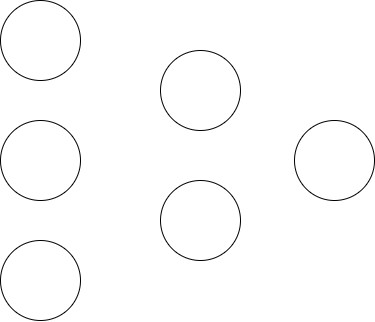
Above: example.drawio.png in CXianRen/MyNN (draw.io), before the change. Source tidied: cells renumbered, new cells last; positions are measured from the earlier drawing's top-left corner, leaving out a move shared by most shapes.
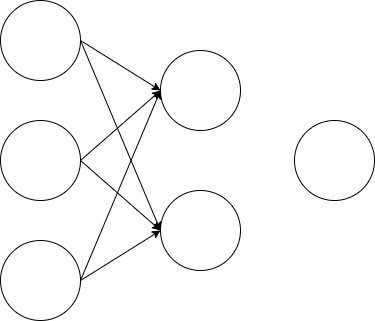
The same file after the commit.

Change to the diagram source:
```diff
@@ -15,10 +15,40 @@
       <mxGeometry x="160" y="50" width="80" height="80" as="geometry" />
     </mxCell>
     <mxCell id="6" style="ellipse;whiteSpace=wrap;html=1;" parent="1" vertex="1">
-      <mxGeometry x="160" y="180" width="80" height="80" as="geometry" />
+      <mxGeometry x="160" y="190" width="80" height="80" as="geometry" />
     </mxCell>
     <mxCell id="7" style="ellipse;whiteSpace=wrap;html=1;" parent="1" vertex="1">
       <mxGeometry x="294" y="120" width="80" height="80" as="geometry" />
     </mxCell>
+    <mxCell id="8" style="endArrow=classic;html=1;rounded=0;exitX=1;exitY=0.5;exitDx=0;exitDy=0;entryX=0;entryY=0.5;entryDx=0;entryDy=0;" parent="1" edge="1" source="2" target="5">
+      <mxGeometry relative="1" as="geometry" />
+    </mxCell>
+    <mxCell id="9" style="endArrow=classic;html=1;rounded=0;exitX=1;exitY=0.5;exitDx=0;exitDy=0;entryX=0;entryY=0.5;entryDx=0;entryDy=0;" parent="1" edge="1" target="5">
+      <mxGeometry relative="1" as="geometry">
+        <mxPoint x="80" y="160" as="sourcePoint" />
+      </mxGeometry>
+    </mxCell>
+    <mxCell id="10" style="endArrow=classic;html=1;rounded=0;exitX=1;exitY=0.5;exitDx=0;exitDy=0;" parent="1" edge="1">
+      <mxGeometry relative="1" as="geometry">
+        <mxPoint x="80" y="280" as="sourcePoint" />
+        <mxPoint x="160" y="90" as="targetPoint" />
+      </mxGeometry>
+    </mxCell>
+    <mxCell id="11" style="endArrow=classic;html=1;rounded=0;exitX=1;exitY=0.5;exitDx=0;exitDy=0;entryX=0;entryY=0.5;entryDx=0;entryDy=0;" parent="1" edge="1" target="6">
+      <mxGeometry relative="1" as="geometry">
+        <mxPoint x="80" y="40" as="sourcePoint" />
+      </mxGeometry>
+    </mxCell>
+    <mxCell id="12" style="endArrow=classic;html=1;rounded=0;exitX=1;exitY=0.5;exitDx=0;exitDy=0;entryX=0;entryY=0.5;entryDx=0;entryDy=0;" parent="1" edge="1" target="6">
+      <mxGeometry relative="1" as="geometry">
+        <mxPoint x="80" y="160" as="sourcePoint" />
+      </mxGeometry>
+    </mxCell>
+    <mxCell id="13" style="endArrow=classic;html=1;rounded=0;exitX=1;exitY=0.5;exitDx=0;exitDy=0;" parent="1" edge="1">
+      <mxGeometry relative="1" as="geometry">
+        <mxPoint x="80" y="280" as="sourcePoint" />
+        <mxPoint x="160" y="230" as="targetPoint" />
+      </mxGeometry>
+    </mxCell>
   </root>
 </mxGraphModel>
```
